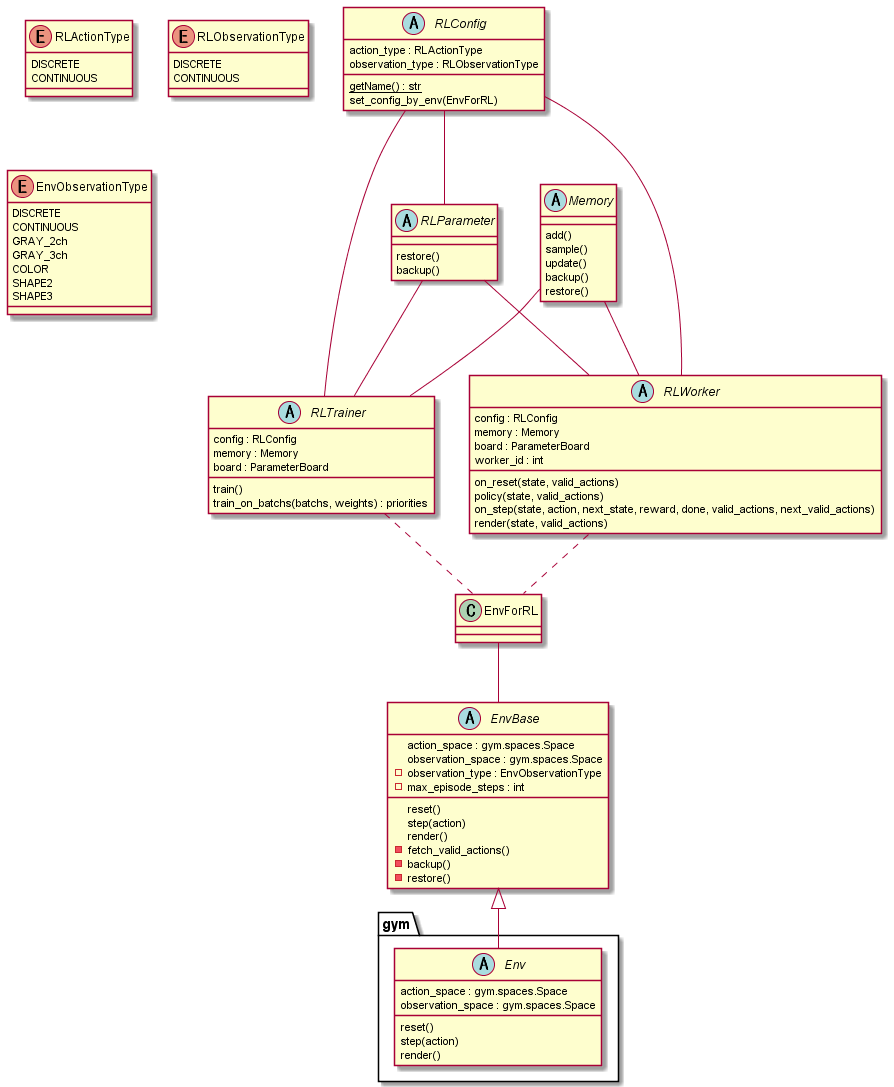
Earlier version of the PlantUML export diagrams/class.png (pocokhc/simple_distributed_rl).
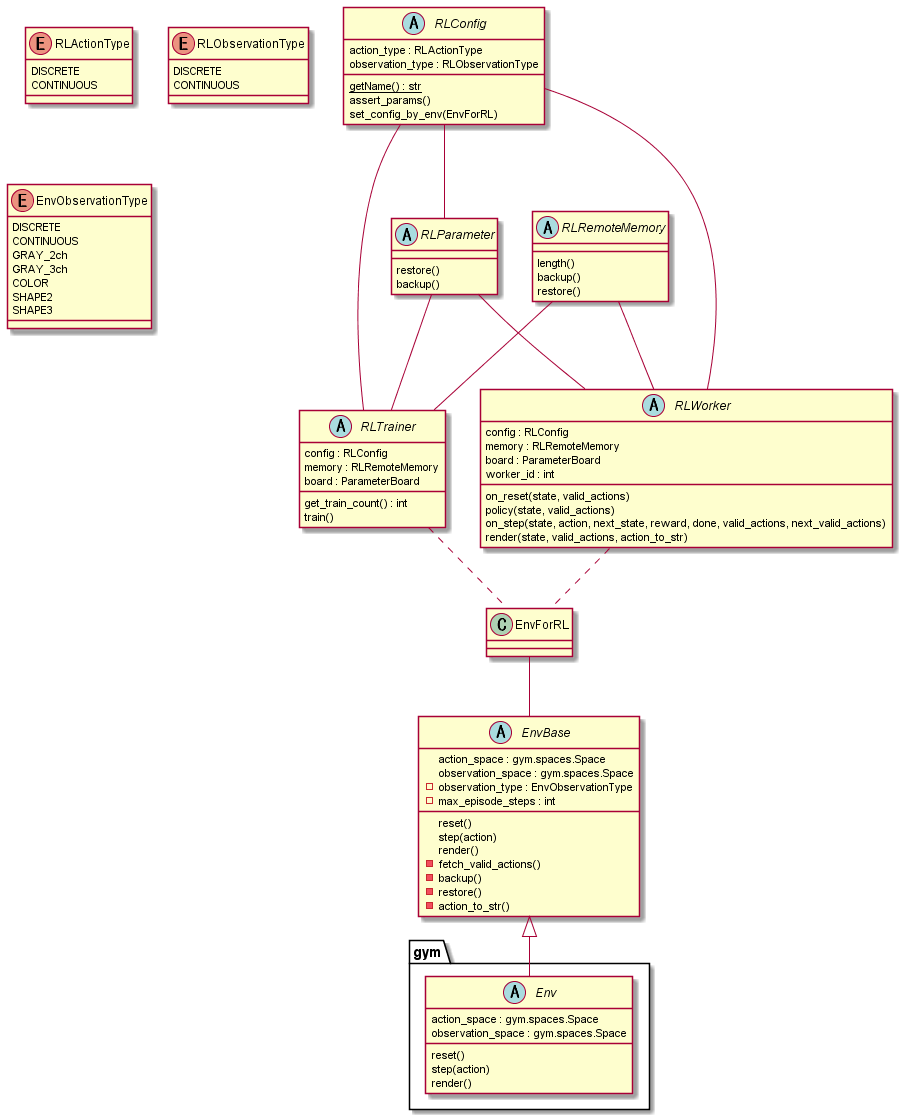
The same file after the commit.

Diff of the diagram source:
```diff
@@ -39,14 +39,13 @@
     - fetch_valid_actions()
     - backup()
     - restore()
+    - action_to_str()
 }
 
 class EnvForRL
 
-abstract Memory {
-    add()
-    sample()
-    update()
+abstract RLRemoteMemory {
+    length()
     backup()
     restore()
 }
@@ -56,6 +55,7 @@
     {static} getName() : str
     action_type : RLActionType
     observation_type : RLObservationType
+    assert_params()
     set_config_by_env(EnvForRL)
 }
 
@@ -66,21 +66,21 @@
 
 abstract RLTrainer {
     config : RLConfig
-    memory : Memory
+    memory : RLRemoteMemory
     board : ParameterBoard
+    get_train_count() : int
     train()
-    train_on_batchs(batchs, weights) : priorities
 }
 
 abstract RLWorker {
     config : RLConfig
-    memory : Memory
+    memory : RLRemoteMemory
     board : ParameterBoard
     worker_id : int
     on_reset(state, valid_actions)
     policy(state, valid_actions)
     on_step(state, action, next_state, reward, done, valid_actions, next_valid_actions)
-    render(state, valid_actions)
+    render(state, valid_actions, action_to_str)
 }
 
 
@@ -92,8 +92,8 @@
 RLConfig -- RLParameter
 RLParameter -- RLWorker
 RLParameter -- RLTrainer
-Memory -- RLWorker
-Memory -- RLTrainer
+RLRemoteMemory -- RLWorker
+RLRemoteMemory -- RLTrainer
 
 RLWorker .. EnvForRL
 RLTrainer .. EnvForRL
```
